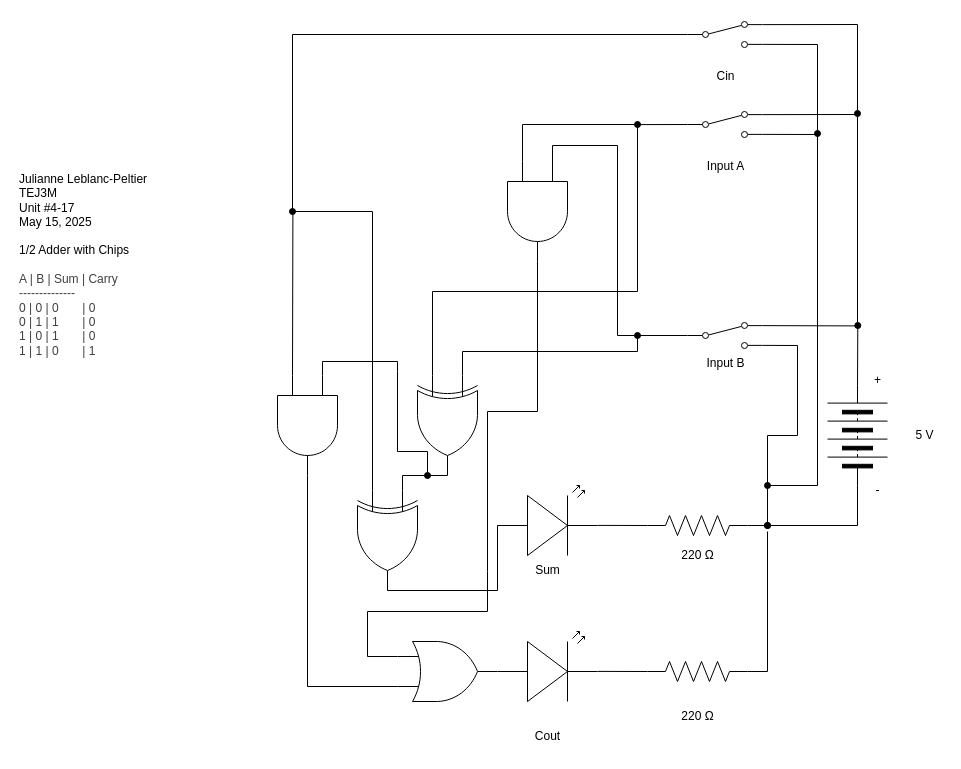
The draw.io diagram design/TEJ3M-4-18.drawio in Julianne-Leblanc-Peltier/TEJ3M-Unit4, before the edit. Source tidied: cells renumbered, new cells numbered last; positions are measured from the earlier drawing's top-left corner, leaving out a move shared by most shapes. Both pictures are drawn from the tidied source at 100%, with x=0, y=0 at pixel (17, 21).
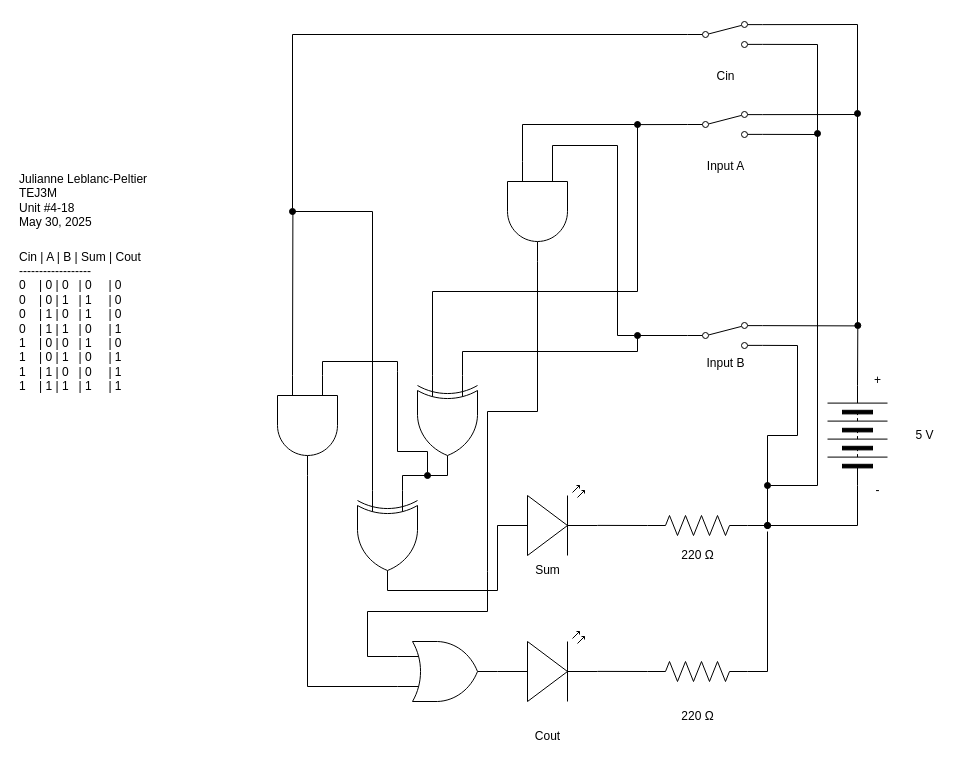
The same diagram, later.

What changed in the source:
```diff
@@
-    <mxCell id="11" value="Julianne Leblanc-Peltier&lt;div&gt;TEJ3M&lt;/div&gt;&lt;div&gt;Unit #4-17&lt;/div&gt;&lt;div&gt;May 15, 2025&lt;/div&gt;" style="text;html=1;align=left;verticalAlign=middle;strokeColor=none;fillColor=none;" parent="1" vertex="1">
+    <mxCell id="11" value="Julianne Leblanc-Peltier&lt;div&gt;TEJ3M&lt;/div&gt;&lt;div&gt;Unit #4-18&lt;/div&gt;&lt;div&gt;May 30, 2025&lt;/div&gt;" style="text;html=1;align=left;verticalAlign=middle;strokeColor=none;fillColor=none;" parent="1" vertex="1">
       <mxGeometry y="144" width="150" height="70" as="geometry" />
     </mxCell>
@@
-    <mxCell id="15" value="&lt;span style=&quot;color: rgb(0, 0, 0);&quot;&gt;1/2 Adder with Chips&lt;/span&gt;&lt;div&gt;&lt;font color=&quot;#000000&quot;&gt;&lt;br&gt;&lt;/font&gt;&lt;div style=&quot;color: rgb(63, 63, 63); scrollbar-color: rgb(226, 226, 226) rgb(251, 251, 251);&quot;&gt;&lt;span style=&quot;scrollbar-color: rgb(226, 226, 226) rgb(251, 251, 251); background-color: transparent; color: rgb(63, 63, 63);&quot;&gt;A | B | Sum | Carry&lt;/span&gt;&lt;div style=&quot;color: rgb(63, 63, 63); scrollbar-color: rgb(226, 226, 226) rgb(251, 251, 251);&quot;&gt;--------------&lt;/div&gt;&lt;div style=&quot;color: rgb(63, 63, 63); scrollbar-color: rgb(226, 226, 226) rgb(251, 251, 251);&quot;&gt;0 | 0 | 0&lt;span style=&quot;white-space: pre;&quot;&gt;&#9;&lt;/span&gt;&amp;nbsp; &amp;nbsp;| 0&lt;/div&gt;&lt;div style=&quot;color: rgb(63, 63, 63); scrollbar-color: rgb(226, 226, 226) rgb(251, 251, 251);&quot;&gt;0 | 1 | 1&lt;span style=&quot;white-space: pre;&quot;&gt;&#9;&lt;/span&gt;&amp;nbsp; &amp;nbsp;| 0&lt;/div&gt;&lt;/div&gt;&lt;div style=&quot;color: rgb(63, 63, 63); scrollbar-color: rgb(226, 226, 226) rgb(251, 251, 251);&quot;&gt;1 | 0 | 1&lt;span style=&quot;white-space: pre;&quot;&gt;&#9;&lt;/span&gt;&amp;nbsp; &amp;nbsp;| 0&lt;/div&gt;&lt;div style=&quot;color: rgb(63, 63, 63); scrollbar-color: rgb(226, 226, 226) rgb(251, 251, 251);&quot;&gt;1 | 1 | 0&lt;span style=&quot;white-space: pre;&quot;&gt;&#9;&lt;/span&gt;&amp;nbsp; &amp;nbsp;| 1&lt;/div&gt;&lt;/div&gt;" style="text;html=1;align=left;verticalAlign=middle;strokeColor=none;fillColor=none;" parent="1" vertex="1">
-      <mxGeometry y="214" width="130" height="130" as="geometry" />
+    <mxCell id="15" value="&lt;div&gt;&lt;font color=&quot;#000000&quot;&gt;&lt;span style=&quot;font-size: 12px;&quot;&gt;Cin | A | B | Sum | Cout&lt;/span&gt;&lt;/font&gt;&lt;/div&gt;&lt;div&gt;&lt;font color=&quot;#000000&quot;&gt;&lt;span style=&quot;font-size: 12px;&quot;&gt;------------------&lt;/span&gt;&lt;/font&gt;&lt;/div&gt;&lt;div&gt;&lt;font color=&quot;#000000&quot;&gt;&lt;span style=&quot;font-size: 12px;&quot;&gt;0&amp;nbsp; &amp;nbsp; | 0 | 0&amp;nbsp; &amp;nbsp;| 0&amp;nbsp; &amp;nbsp; &amp;nbsp;| 0&lt;/span&gt;&lt;/font&gt;&lt;/div&gt;&lt;div&gt;&lt;font color=&quot;#000000&quot;&gt;&lt;span style=&quot;font-size: 12px;&quot;&gt;0&amp;nbsp; &amp;nbsp; | 0 | 1&amp;nbsp; &amp;nbsp;| 1&amp;nbsp; &amp;nbsp; &amp;nbsp;| 0&lt;/span&gt;&lt;/font&gt;&lt;/div&gt;&lt;div&gt;&lt;font color=&quot;#000000&quot;&gt;&lt;span style=&quot;font-size: 12px;&quot;&gt;0&amp;nbsp; &amp;nbsp; | 1 | 0&amp;nbsp; &amp;nbsp;| 1&amp;nbsp; &amp;nbsp; &amp;nbsp;| 0&lt;/span&gt;&lt;/font&gt;&lt;/div&gt;&lt;div&gt;&lt;font color=&quot;#000000&quot;&gt;&lt;span style=&quot;font-size: 12px;&quot;&gt;0&amp;nbsp; &amp;nbsp; | 1 | 1&amp;nbsp; &amp;nbsp;| 0&amp;nbsp; &amp;nbsp; &amp;nbsp;| 1&lt;/span&gt;&lt;/font&gt;&lt;/div&gt;&lt;div&gt;&lt;font color=&quot;#000000&quot;&gt;&lt;span style=&quot;font-size: 12px;&quot;&gt;1&amp;nbsp; &amp;nbsp; | 0 | 0&amp;nbsp; &amp;nbsp;| 1&amp;nbsp; &amp;nbsp; &amp;nbsp;| 0&lt;/span&gt;&lt;/font&gt;&lt;/div&gt;&lt;div&gt;&lt;font color=&quot;#000000&quot;&gt;&lt;span style=&quot;font-size: 12px;&quot;&gt;1&amp;nbsp; &amp;nbsp; | 0 | 1&amp;nbsp; &amp;nbsp;| 0&amp;nbsp; &amp;nbsp; &amp;nbsp;| 1&lt;/span&gt;&lt;/font&gt;&lt;/div&gt;&lt;div&gt;&lt;font color=&quot;#000000&quot;&gt;&lt;span style=&quot;font-size: 12px;&quot;&gt;1&amp;nbsp; &amp;nbsp; | 1 | 0&amp;nbsp; &amp;nbsp;| 0&amp;nbsp; &amp;nbsp; &amp;nbsp;| 1&lt;/span&gt;&lt;/font&gt;&lt;/div&gt;&lt;div&gt;&lt;font color=&quot;#000000&quot;&gt;&lt;span style=&quot;font-size: 12px;&quot;&gt;1&amp;nbsp; &amp;nbsp; | 1 | 1&amp;nbsp; &amp;nbsp;| 1&amp;nbsp; &amp;nbsp; &amp;nbsp;| 1&lt;/span&gt;&lt;/font&gt;&lt;/div&gt;" style="text;html=1;align=left;verticalAlign=middle;strokeColor=none;fillColor=none;" parent="1" vertex="1">
+      <mxGeometry y="220" width="150" height="160" as="geometry" />
     </mxCell>
```
